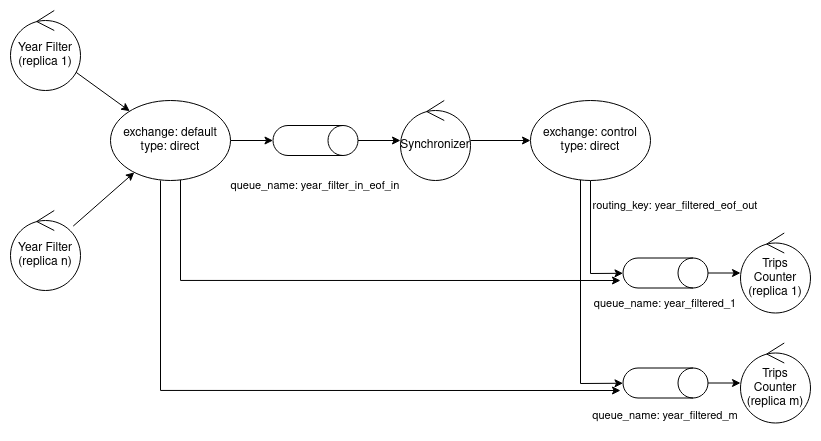
Before: docs/synchronizer.png, a diagram exported from draw.io (efoppiano/dist1_tp1). Source tidied: cells renumbered, new cells last; positions are measured from the earlier drawing's top-left corner, leaving out a move shared by most shapes.
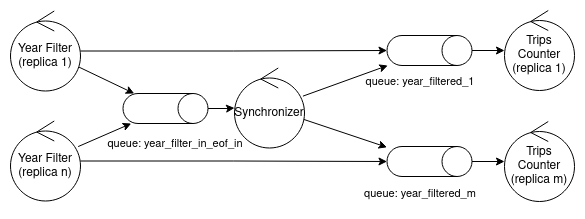
After the change.

What changed in the source:
```diff
@@ -2,99 +2,65 @@
   <root>
     <mxCell id="0" />
     <mxCell id="1" parent="0" />
-    <mxCell id="2" style="rounded=0;jettySize=auto;html=1;" parent="1" edge="1" source="3" target="9">
+    <mxCell id="2" style="edgeStyle=none;shape=connector;rounded=0;jettySize=auto;html=1;labelBackgroundColor=default;strokeColor=default;fontFamily=Helvetica;fontSize=11;fontColor=default;endArrow=classic;" parent="1" edge="1" source="3" target="4">
       <mxGeometry relative="1" as="geometry" />
     </mxCell>
-    <mxCell id="3" value="&lt;div&gt;Year Filter&lt;/div&gt;&lt;div&gt;(replica 1)&lt;/div&gt;" style="ellipse;shape=umlControl;whiteSpace=wrap;html=1;" parent="1" vertex="1">
-      <mxGeometry width="70" height="80" as="geometry" />
+    <mxCell id="3" style="shape=cylinder3;whiteSpace=wrap;html=1;boundedLbl=1;backgroundOutline=1;size=15;rotation=90;" parent="1" vertex="1">
+      <mxGeometry x="544" y="439.5" width="30" height="85" as="geometry" />
     </mxCell>
-    <mxCell id="4" style="edgeStyle=orthogonalEdgeStyle;shape=connector;rounded=0;jettySize=auto;html=1;labelBackgroundColor=default;strokeColor=default;fontFamily=Helvetica;fontSize=11;fontColor=default;endArrow=classic;" parent="1" edge="1" source="6" target="13">
-      <mxGeometry relative="1" as="geometry">
-        <Array as="points">
-          <mxPoint x="580" y="263" />
-        </Array>
-      </mxGeometry>
+    <mxCell id="4" value="Trips Counter&lt;br&gt;&lt;div&gt;(replica 1)&lt;br&gt;&lt;/div&gt;" style="ellipse;shape=umlControl;whiteSpace=wrap;html=1;" parent="1" vertex="1">
+      <mxGeometry x="634" y="442" width="70" height="80" as="geometry" />
     </mxCell>
-    <mxCell id="5" style="edgeStyle=orthogonalEdgeStyle;shape=connector;rounded=0;jettySize=auto;html=1;labelBackgroundColor=default;strokeColor=default;fontFamily=Helvetica;fontSize=11;fontColor=default;endArrow=classic;" parent="1" edge="1" source="6" target="21">
-      <mxGeometry relative="1" as="geometry">
-        <Array as="points">
-          <mxPoint x="570" y="373" />
-        </Array>
-      </mxGeometry>
+    <mxCell id="5" value="&lt;div&gt;Trips Counter&lt;br&gt;&lt;/div&gt;&lt;div&gt;(replica m)&lt;br&gt;&lt;/div&gt;" style="ellipse;shape=umlControl;whiteSpace=wrap;html=1;" parent="1" vertex="1">
+      <mxGeometry x="634" y="553" width="70" height="80" as="geometry" />
     </mxCell>
-    <mxCell id="6" value="&lt;div&gt;exchange: control&lt;/div&gt;&lt;div&gt;type: direct&lt;br&gt;&lt;/div&gt;" style="ellipse;whiteSpace=wrap;html=1;" parent="1" vertex="1">
-      <mxGeometry x="520" y="90" width="120" height="80" as="geometry" />
+    <mxCell id="6" style="edgeStyle=none;shape=connector;rounded=0;jettySize=auto;html=1;labelBackgroundColor=default;strokeColor=default;fontFamily=Helvetica;fontSize=11;fontColor=default;endArrow=classic;" parent="1" edge="1" source="7" target="5">
+      <mxGeometry relative="1" as="geometry" />
     </mxCell>
-    <mxCell id="7" style="rounded=0;jettySize=auto;html=1;" parent="1" edge="1" source="9" target="15">
-      <mxGeometry relative="1" as="geometry" />
+    <mxCell id="7" style="shape=cylinder3;whiteSpace=wrap;html=1;boundedLbl=1;backgroundOutline=1;size=15;rotation=90;" parent="1" vertex="1">
+      <mxGeometry x="544" y="550.5" width="30" height="85" as="geometry" />
     </mxCell>
-    <mxCell id="8" style="edgeStyle=orthogonalEdgeStyle;shape=connector;rounded=0;jettySize=auto;html=1;labelBackgroundColor=default;strokeColor=default;fontFamily=Helvetica;fontSize=11;fontColor=default;endArrow=classic;" parent="1" edge="1" source="9">
-      <mxGeometry relative="1" as="geometry">
-        <mxPoint x="610" y="270" as="targetPoint" />
-        <Array as="points">
-          <mxPoint x="170" y="270" />
-        </Array>
-      </mxGeometry>
+    <mxCell id="8" value="queue: year_filtered_1" style="text;html=1;strokeColor=none;fillColor=none;align=center;verticalAlign=middle;whiteSpace=wrap;rounded=0;fontSize=11;fontFamily=Helvetica;fontColor=default;" parent="1" vertex="1">
+      <mxGeometry x="475" y="497.5" width="150" height="30" as="geometry" />
     </mxCell>
-    <mxCell id="9" value="&lt;div&gt;exchange: default&lt;/div&gt;&lt;div&gt;type: direct&lt;br&gt;&lt;/div&gt;" style="ellipse;whiteSpace=wrap;html=1;" parent="1" vertex="1">
-      <mxGeometry x="100" y="90" width="120" height="80" as="geometry" />
+    <mxCell id="9" value="queue: year_filtered_m" style="text;html=1;strokeColor=none;fillColor=none;align=center;verticalAlign=middle;whiteSpace=wrap;rounded=0;fontSize=11;fontFamily=Helvetica;fontColor=default;" parent="1" vertex="1">
+      <mxGeometry x="475" y="610" width="150" height="30" as="geometry" />
     </mxCell>
-    <mxCell id="10" style="edgeStyle=none;shape=connector;rounded=0;jettySize=auto;html=1;labelBackgroundColor=default;strokeColor=default;fontFamily=Helvetica;fontSize=11;fontColor=default;endArrow=classic;" parent="1" edge="1" source="11" target="6">
+    <mxCell id="10" style="edgeStyle=orthogonalEdgeStyle;rounded=0;jettySize=auto;html=1;" parent="1" edge="1" source="12" target="3">
       <mxGeometry relative="1" as="geometry" />
     </mxCell>
-    <mxCell id="11" value="Synchronizer" style="ellipse;shape=umlControl;whiteSpace=wrap;html=1;" parent="1" vertex="1">
-      <mxGeometry x="390" y="90" width="70" height="80" as="geometry" />
+    <mxCell id="11" style="rounded=0;jettySize=auto;html=1;" parent="1" edge="1" source="12" target="17">
+      <mxGeometry relative="1" as="geometry" />
     </mxCell>
-    <mxCell id="12" style="edgeStyle=none;shape=connector;rounded=0;jettySize=auto;html=1;labelBackgroundColor=default;strokeColor=default;fontFamily=Helvetica;fontSize=11;fontColor=default;endArrow=classic;" parent="1" edge="1" source="13" target="16">
-      <mxGeometry relative="1" as="geometry" />
+    <mxCell id="12" value="&lt;div&gt;Year Filter&lt;/div&gt;&lt;div&gt;(replica 1)&lt;/div&gt;" style="ellipse;shape=umlControl;whiteSpace=wrap;html=1;" parent="1" vertex="1">
+      <mxGeometry x="140" y="442.5" width="70" height="80" as="geometry" />
     </mxCell>
-    <mxCell id="13" style="shape=cylinder3;whiteSpace=wrap;html=1;boundedLbl=1;backgroundOutline=1;size=15;rotation=90;" parent="1" vertex="1">
-      <mxGeometry x="640" y="220" width="30" height="85" as="geometry" />
+    <mxCell id="13" style="edgeStyle=orthogonalEdgeStyle;rounded=0;jettySize=auto;html=1;" parent="1" edge="1" source="15" target="7">
+      <mxGeometry relative="1" as="geometry" />
     </mxCell>
-    <mxCell id="14" style="edgeStyle=orthogonalEdgeStyle;rounded=0;jettySize=auto;html=1;" parent="1" edge="1" source="15" target="11">
+    <mxCell id="14" style="rounded=0;jettySize=auto;html=1;" parent="1" edge="1" source="15" target="17">
       <mxGeometry relative="1" as="geometry" />
     </mxCell>
-    <mxCell id="15" style="shape=cylinder3;whiteSpace=wrap;html=1;boundedLbl=1;backgroundOutline=1;size=15;rotation=90;" parent="1" vertex="1">
-      <mxGeometry x="290" y="87.5" width="30" height="85" as="geometry" />
+    <mxCell id="15" value="&lt;div&gt;Year Filter&lt;/div&gt;&lt;div&gt;(replica n)&lt;/div&gt;" style="ellipse;shape=umlControl;whiteSpace=wrap;html=1;" parent="1" vertex="1">
+      <mxGeometry x="140" y="552.5" width="70" height="80" as="geometry" />
     </mxCell>
-    <mxCell id="16" value="Trips Counter&lt;br&gt;&lt;div&gt;(replica 1)&lt;br&gt;&lt;/div&gt;" style="ellipse;shape=umlControl;whiteSpace=wrap;html=1;" parent="1" vertex="1">
-      <mxGeometry x="730" y="222.5" width="70" height="80" as="geometry" />
+    <mxCell id="16" style="edgeStyle=orthogonalEdgeStyle;rounded=0;jettySize=auto;html=1;" parent="1" edge="1" source="17" target="20">
+      <mxGeometry relative="1" as="geometry" />
     </mxCell>
-    <mxCell id="17" style="edgeStyle=none;shape=connector;rounded=0;jettySize=auto;html=1;labelBackgroundColor=default;strokeColor=default;fontFamily=Helvetica;fontSize=11;fontColor=default;endArrow=classic;" parent="1" edge="1" source="18" target="9">
-      <mxGeometry relative="1" as="geometry" />
+    <mxCell id="17" style="shape=cylinder3;whiteSpace=wrap;html=1;boundedLbl=1;backgroundOutline=1;size=15;rotation=90;" parent="1" vertex="1">
+      <mxGeometry x="280" y="497.5" width="30" height="85" as="geometry" />
     </mxCell>
-    <mxCell id="18" value="&lt;div&gt;Year Filter&lt;/div&gt;&lt;div&gt;(replica n)&lt;/div&gt;" style="ellipse;shape=umlControl;whiteSpace=wrap;html=1;" parent="1" vertex="1">
-      <mxGeometry y="200" width="70" height="80" as="geometry" />
+    <mxCell id="18" style="edgeStyle=none;shape=connector;rounded=0;jettySize=auto;html=1;labelBackgroundColor=default;strokeColor=default;fontFamily=Helvetica;fontSize=11;fontColor=default;endArrow=classic;" parent="1" edge="1" source="20" target="3">
+      <mxGeometry relative="1" as="geometry" />
     </mxCell>
-    <mxCell id="19" value="&lt;div&gt;Trips Counter&lt;br&gt;&lt;/div&gt;&lt;div&gt;(replica m)&lt;br&gt;&lt;/div&gt;" style="ellipse;shape=umlControl;whiteSpace=wrap;html=1;" parent="1" vertex="1">
-      <mxGeometry x="730" y="332.5" width="70" height="80" as="geometry" />
+    <mxCell id="19" style="edgeStyle=none;shape=connector;rounded=0;jettySize=auto;html=1;labelBackgroundColor=default;strokeColor=default;fontFamily=Helvetica;fontSize=11;fontColor=default;endArrow=classic;" parent="1" edge="1" source="20" target="7">
+      <mxGeometry relative="1" as="geometry" />
     </mxCell>
-    <mxCell id="20" style="edgeStyle=none;shape=connector;rounded=0;jettySize=auto;html=1;labelBackgroundColor=default;strokeColor=default;fontFamily=Helvetica;fontSize=11;fontColor=default;endArrow=classic;" parent="1" edge="1" source="21" target="19">
-      <mxGeometry relative="1" as="geometry" />
+    <mxCell id="20" value="Synchronizer" style="ellipse;shape=umlControl;whiteSpace=wrap;html=1;" parent="1" vertex="1">
+      <mxGeometry x="364" y="499.5" width="70" height="80" as="geometry" />
     </mxCell>
-    <mxCell id="21" style="shape=cylinder3;whiteSpace=wrap;html=1;boundedLbl=1;backgroundOutline=1;size=15;rotation=90;" parent="1" vertex="1">
-      <mxGeometry x="640" y="330" width="30" height="85" as="geometry" />
+    <mxCell id="21" value="queue: year_filter_in_eof_in" style="text;html=1;strokeColor=none;fillColor=none;align=center;verticalAlign=middle;whiteSpace=wrap;rounded=0;fontSize=11;fontFamily=Helvetica;fontColor=default;" parent="1" vertex="1">
+      <mxGeometry x="210" y="560" width="190" height="30" as="geometry" />
     </mxCell>
-    <mxCell id="22" value="routing_key: year_filtered_eof_out" style="text;html=1;strokeColor=none;fillColor=none;align=center;verticalAlign=middle;whiteSpace=wrap;rounded=0;fontSize=11;fontFamily=Helvetica;fontColor=default;" parent="1" vertex="1">
-      <mxGeometry x="580" y="180" width="170" height="30" as="geometry" />
-    </mxCell>
-    <mxCell id="23" value="queue_name: year_filter_in_eof_in" style="text;html=1;strokeColor=none;fillColor=none;align=center;verticalAlign=middle;whiteSpace=wrap;rounded=0;fontSize=11;fontFamily=Helvetica;fontColor=default;" parent="1" vertex="1">
-      <mxGeometry x="210" y="160" width="190" height="30" as="geometry" />
-    </mxCell>
-    <mxCell id="24" value="queue_name: year_filtered_1" style="text;html=1;strokeColor=none;fillColor=none;align=center;verticalAlign=middle;whiteSpace=wrap;rounded=0;fontSize=11;fontFamily=Helvetica;fontColor=default;" parent="1" vertex="1">
-      <mxGeometry x="580" y="277.5" width="150" height="30" as="geometry" />
-    </mxCell>
-    <mxCell id="25" value="queue_name: year_filtered_m" style="text;html=1;strokeColor=none;fillColor=none;align=center;verticalAlign=middle;whiteSpace=wrap;rounded=0;fontSize=11;fontFamily=Helvetica;fontColor=default;" parent="1" vertex="1">
-      <mxGeometry x="580" y="390" width="150" height="30" as="geometry" />
-    </mxCell>
-    <mxCell id="26" style="edgeStyle=orthogonalEdgeStyle;shape=connector;rounded=0;orthogonalLoop=1;jettySize=auto;html=1;labelBackgroundColor=default;strokeColor=default;fontFamily=Helvetica;fontSize=11;fontColor=default;endArrow=classic;" parent="1" edge="1">
-      <mxGeometry relative="1" as="geometry">
-        <mxPoint x="150" y="170" as="sourcePoint" />
-        <mxPoint x="610" y="380" as="targetPoint" />
-        <Array as="points">
-          <mxPoint x="150" y="380" />
-        </Array>
-      </mxGeometry>
-    </mxCell>
   </root>
 </mxGraphModel>
```
